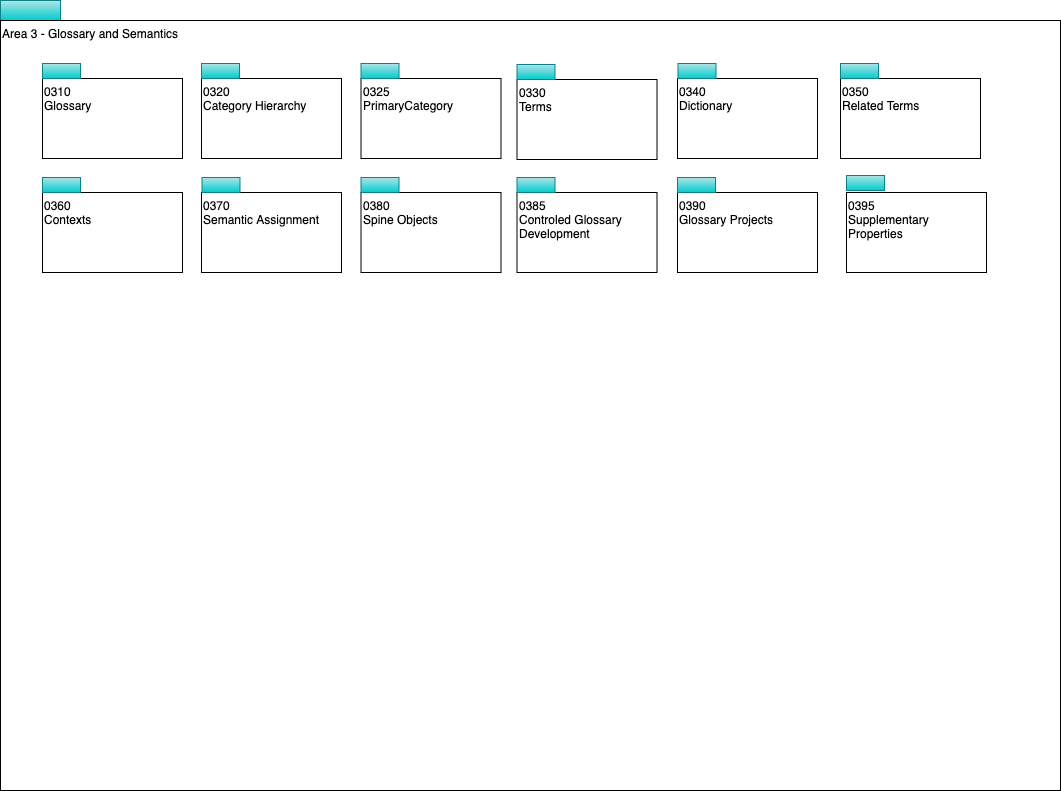
Before: open-metadata-publication/website/open-metadata-types/area-3-glossary-overview.png, a diagram exported from draw.io (odpi/egeria). Source tidied: cells renumbered, new cells last; positions are measured from the earlier drawing's top-left corner, leaving out a move shared by most shapes.
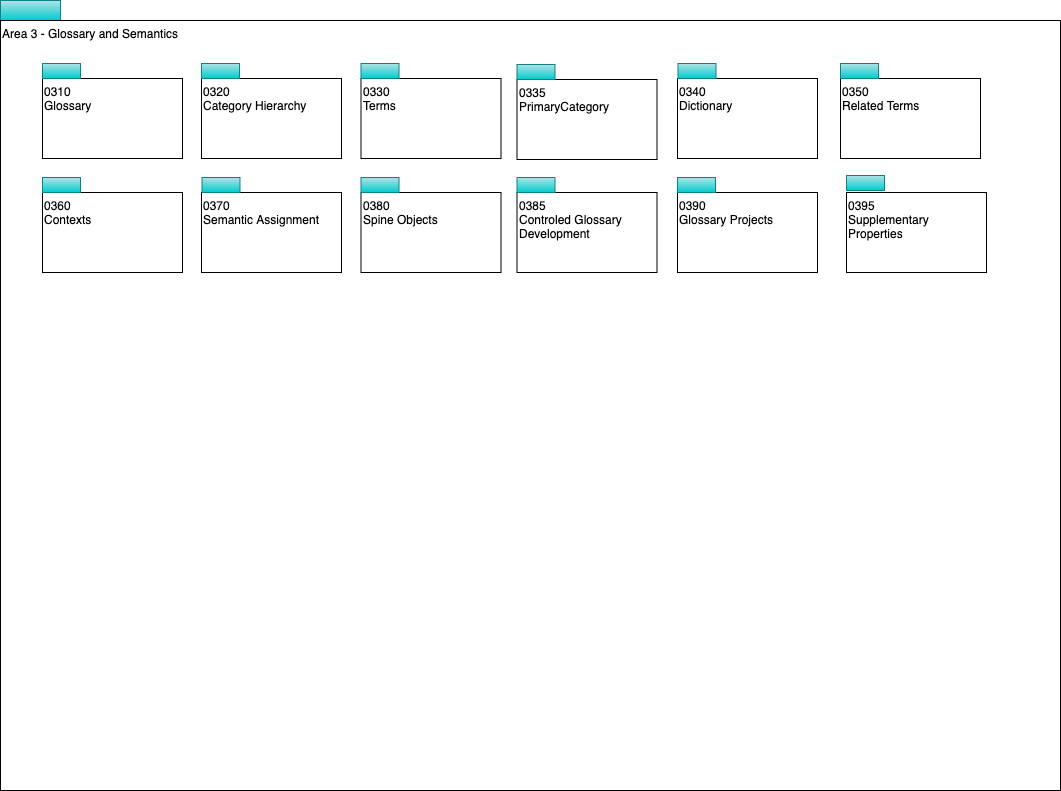
Above is the later version.

The edit, as a diff of the source:
```diff
@@ -14,10 +14,10 @@
     <mxCell id="5" value="0320&lt;br&gt;Category Hierarchy" style="rounded=0;whiteSpace=wrap;html=1;align=left;verticalAlign=top;" parent="1" vertex="1">
       <mxGeometry x="201" y="78" width="140" height="80" as="geometry" />
     </mxCell>
-    <mxCell id="6" value="0325&lt;br&gt;PrimaryCategory" style="rounded=0;whiteSpace=wrap;html=1;align=left;verticalAlign=top;" parent="1" vertex="1">
+    <mxCell id="6" value="0330&lt;br&gt;Terms" style="rounded=0;whiteSpace=wrap;html=1;align=left;verticalAlign=top;" parent="1" vertex="1">
       <mxGeometry x="360.5" y="78" width="140" height="80" as="geometry" />
     </mxCell>
-    <mxCell id="7" value="0330&lt;br&gt;Terms" style="rounded=0;whiteSpace=wrap;html=1;align=left;verticalAlign=top;" parent="1" vertex="1">
+    <mxCell id="7" value="0335&lt;br&gt;PrimaryCategory" style="rounded=0;whiteSpace=wrap;html=1;align=left;verticalAlign=top;" parent="1" vertex="1">
       <mxGeometry x="516.5" y="79" width="140" height="80" as="geometry" />
     </mxCell>
     <mxCell id="8" value="0360&lt;br&gt;Contexts" style="rounded=0;whiteSpace=wrap;html=1;align=left;verticalAlign=top;" parent="1" vertex="1">
```
